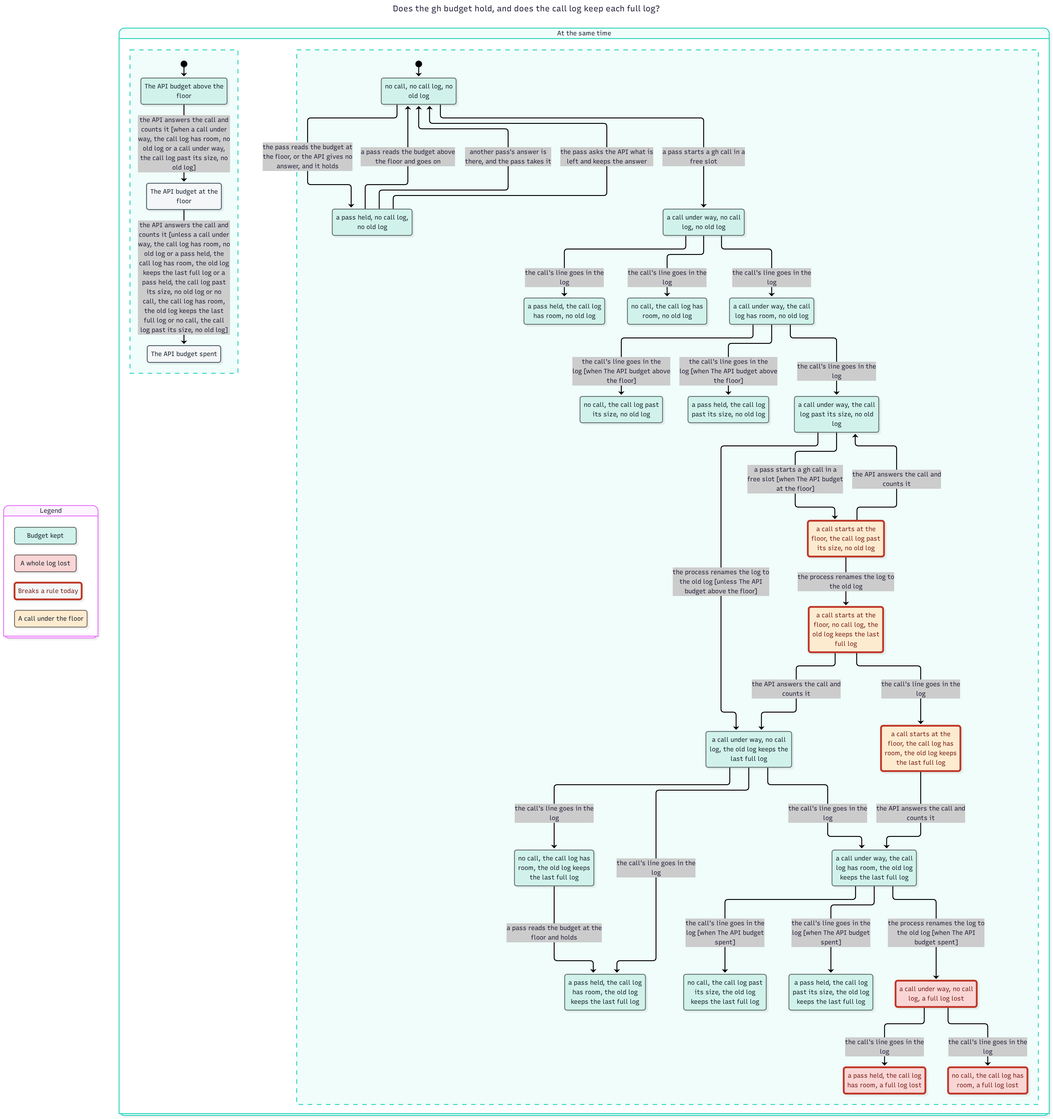
This is features/jsettings/spec/GhBudget-statechart/chart.png from JoshuaHayesWasHere/jstack, a Mermaid export, as it was before one commit. Its source is kept beside it as features/jsettings/spec/GhBudget-statechart/chart.mmd.
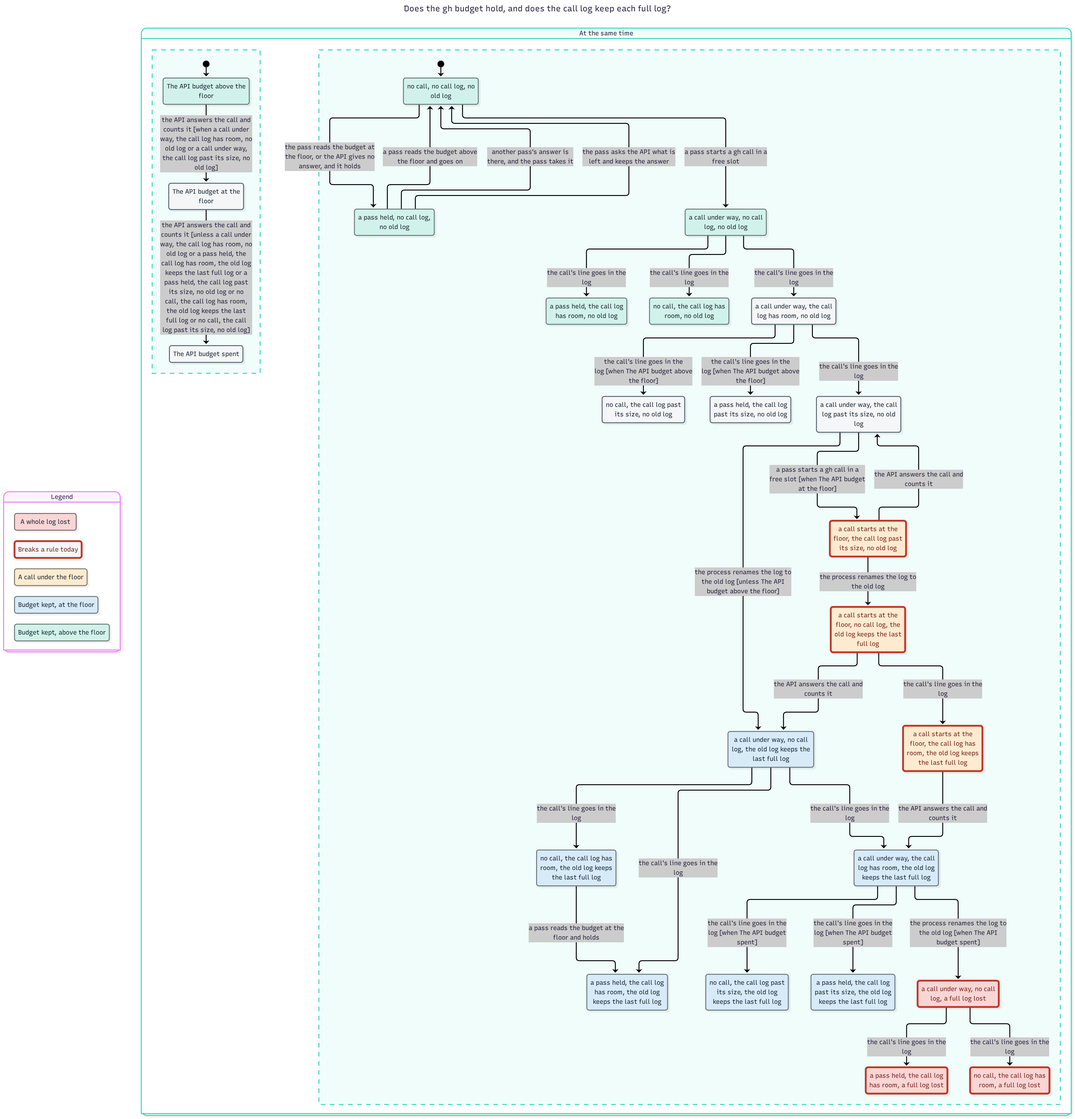
After the commit.

Commit message:
fix(jsettings): GhBudget's chart splits the kept budget by the floor, so no group holds more than 15 states

The edit, as a diff of the source:
```diff
@@ -9,19 +9,22 @@
   classDef plain fill:#f4f6f7,stroke:#566573,color:#1b2631
   classDef plainWrong fill:#f4f6f7,stroke:#c0392b,stroke-width:4px,color:#7b241c
   classDef group0 fill:#d1f2eb,stroke:#697976,color:#1b2631
-  classDef group1 fill:#fdebd0,stroke:#7f7668,color:#1b2631
-  classDef group1Wrong fill:#fdebd0,stroke:#c0392b,stroke-width:4px,color:#7b241c
-  classDef group2 fill:#f9d6d5,stroke:#7d6b6b,color:#1b2631
-  classDef group2Wrong fill:#f9d6d5,stroke:#c0392b,stroke-width:4px,color:#7b241c
+  classDef group1 fill:#d6eaf8,stroke:#6b757c,color:#1b2631
+  classDef group2 fill:#fdebd0,stroke:#7f7668,color:#1b2631
+  classDef group2Wrong fill:#fdebd0,stroke:#c0392b,stroke-width:4px,color:#7b241c
+  classDef group3 fill:#f9d6d5,stroke:#7d6b6b,color:#1b2631
+  classDef group3Wrong fill:#f9d6d5,stroke:#c0392b,stroke-width:4px,color:#7b241c
   state "Legend" as legend {
-    state "Budget kept" as legendGroup0
-    state "A call under the floor" as legendGroup1
-    state "A whole log lost" as legendGroup2
+    state "Budget kept, above the floor" as legendGroup0
+    state "Budget kept, at the floor" as legendGroup1
+    state "A call under the floor" as legendGroup2
+    state "A whole log lost" as legendGroup3
     state "Breaks a rule today" as legendWrong
   }
   class legendGroup0 group0
   class legendGroup1 group1
   class legendGroup2 group2
+  class legendGroup3 group3
   class legendWrong plainWrong
   state "At the same time" as regions {
     [*] --> r0s0
@@ -84,24 +87,24 @@
   class r0s0 group0
   class r0s1 plain
   class r0s2 plain
-  class r1s0 group1Wrong
-  class r1s1 group1Wrong
-  class r1s2 group1Wrong
-  class r1s3 group2Wrong
+  class r1s0 group2Wrong
+  class r1s1 group2Wrong
+  class r1s2 group2Wrong
+  class r1s3 group3Wrong
   class r1s4 group0
-  class r1s5 group0
-  class r1s6 group0
-  class r1s7 group0
-  class r1s8 group0
+  class r1s5 group1
+  class r1s6 plain
+  class r1s7 group1
+  class r1s8 plain
   class r1s9 group0
-  class r1s10 group2Wrong
+  class r1s10 group3Wrong
   class r1s11 group0
-  class r1s12 group0
-  class r1s13 group0
-  class r1s14 group0
+  class r1s12 group1
+  class r1s13 plain
+  class r1s14 group1
   class r1s15 group0
-  class r1s16 group2Wrong
+  class r1s16 group3Wrong
   class r1s17 group0
-  class r1s18 group0
-  class r1s19 group0
-  class r1s20 group0
+  class r1s18 group1
+  class r1s19 plain
+  class r1s20 group1
```
